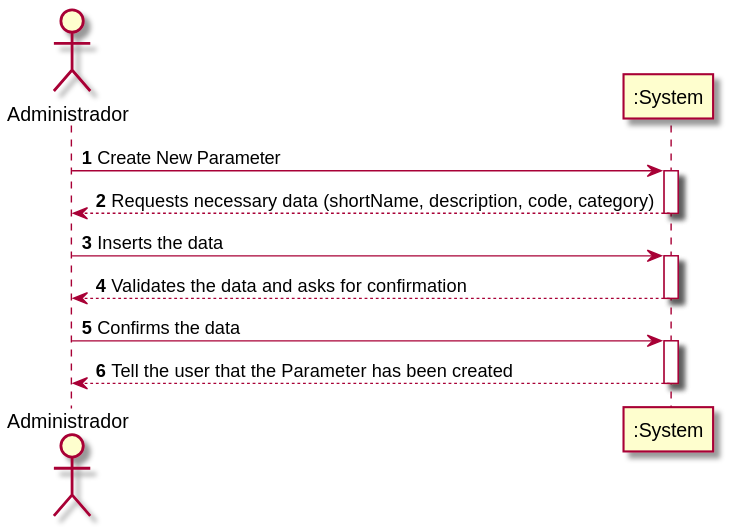
The PlantUML diagram docs/SprintC/US10/UC10_SSD.svg in GuilhermeCunha79/lapr2, before a commit.
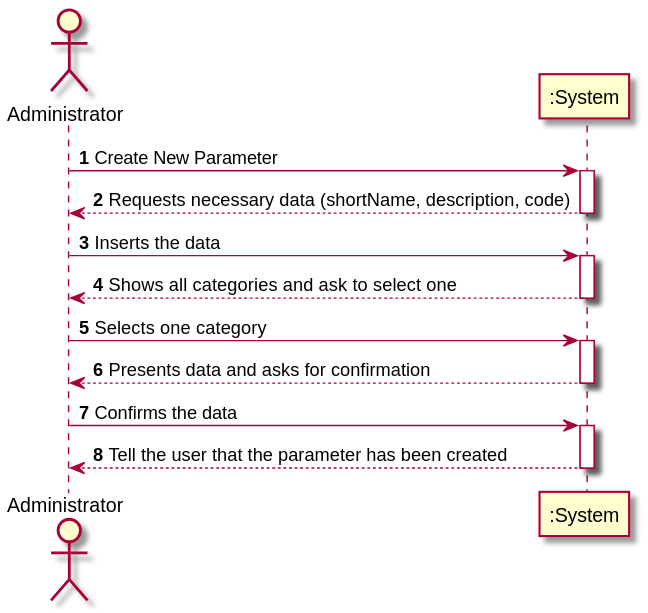
Later version of the same file.

What changed in the source:
```diff
@@ -1,22 +1,25 @@
 @startuml
 autonumber
-actor "Administrador" as ADMIN
+actor "Administrator" as ADMIN
 
 participant ":System" as SYSTEM
 
 ADMIN -> SYSTEM : Create New Parameter
 activate SYSTEM
-SYSTEM --> ADMIN : Requests necessary data (shortName, description, code, category)
+SYSTEM --> ADMIN : Requests necessary data (shortName, description, code)
 deactivate SYSTEM
 
 ADMIN -> SYSTEM : Inserts the data
 activate SYSTEM
-SYSTEM --> ADMIN : Validates the data and asks for confirmation
+SYSTEM --> ADMIN : Shows all categories and ask to select one
 deactivate SYSTEM
-
+ADMIN -> SYSTEM : Selects one category
+activate SYSTEM
+SYSTEM --> ADMIN : Presents data and asks for confirmation
+deactivate SYSTEM
 ADMIN -> SYSTEM : Confirms the data
 activate SYSTEM
-SYSTEM --> ADMIN : Tell the user that the Parameter has been created
+SYSTEM --> ADMIN : Tell the user that the parameter has been created
 deactivate SYSTEM
 
 
```
